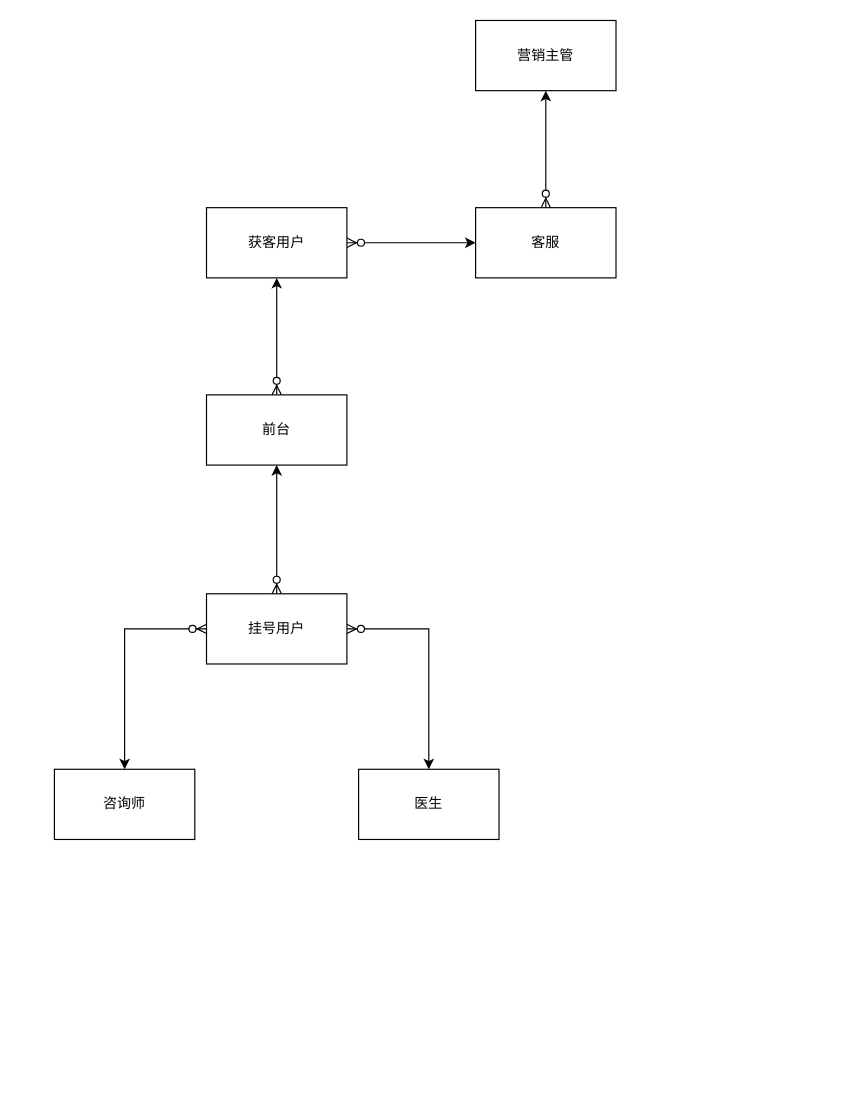
Above: 牙管家/逻辑数据模型.drawio in cherishsince/diagrams.net (draw.io), before the change. Source tidied: cells renumbered, new cells numbered last; positions are measured from the earlier drawing's top-left corner, leaving out a move shared by most shapes. Both pictures are drawn from the tidied source at 117%, with x=0, y=0 at pixel (54, 20).
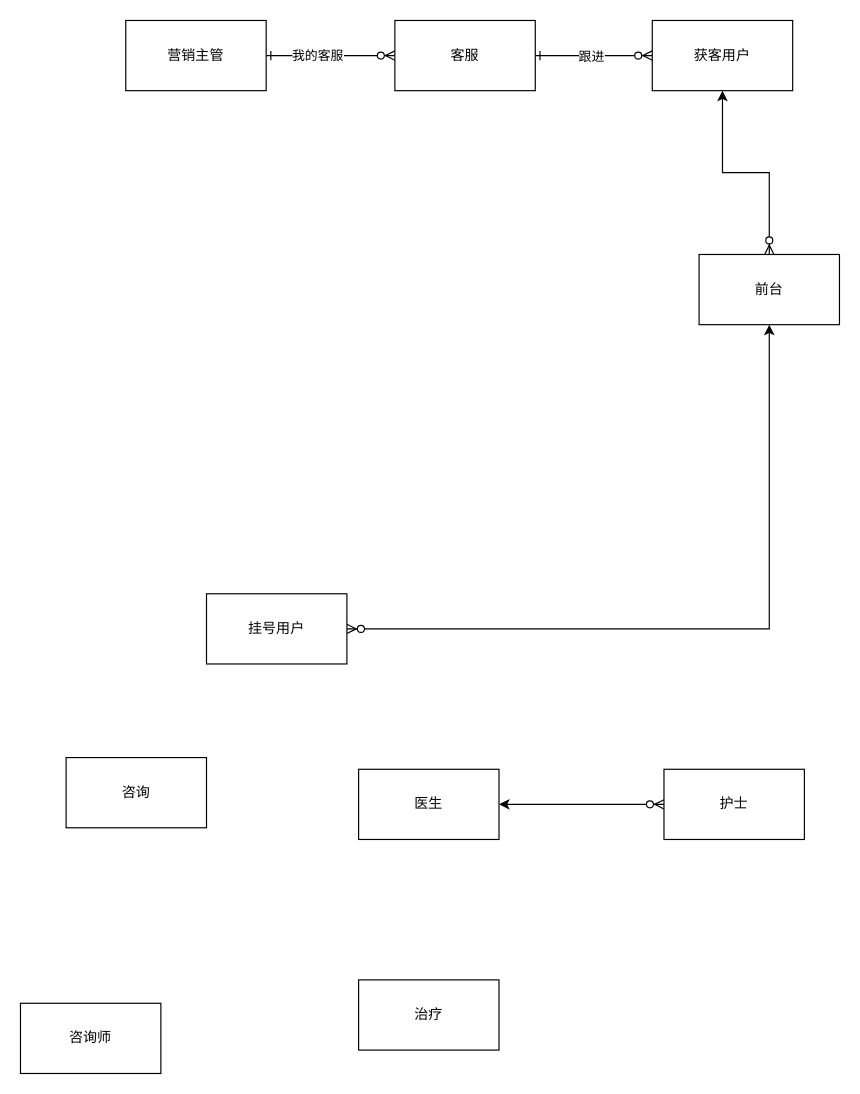
After the change.

Commit message (it also covers changes not shown here):
更新逻辑数据模型.drawio

What changed in the source:
```diff
@@
 <mxGraphModel>
   <root>
     <mxCell id="0" />
     <mxCell id="1" parent="0" />
-    <mxCell id="2" style="edgeStyle=orthogonalEdgeStyle;rounded=0;jettySize=auto;html=1;startArrow=ERzeroToMany;startFill=1;" parent="1" edge="1" source="3" target="5">
+    <mxCell id="2" style="edgeStyle=orthogonalEdgeStyle;rounded=0;jettySize=auto;html=1;entryX=1;entryY=0.5;entryDx=0;entryDy=0;startArrow=ERzeroToMany;startFill=1;endArrow=ERone;endFill=0;" parent="1" edge="1" source="3" target="5">
       <mxGeometry relative="1" as="geometry" />
     </mxCell>
+    <mxCell id="15" value="跟进" style="edgeLabel;html=1;align=center;verticalAlign=middle;" parent="2" vertex="1">
+      <mxGeometry x="0.06" relative="1" as="geometry" />
+    </mxCell>
     <mxCell id="3" value="获客用户" style="rounded=0;whiteSpace=wrap;html=1;" parent="1" vertex="1">
-      <mxGeometry x="130" y="160" width="120" height="60" as="geometry" />
+      <mxGeometry x="511" width="120" height="60" as="geometry" />
     </mxCell>
-    <mxCell id="4" style="edgeStyle=orthogonalEdgeStyle;rounded=0;jettySize=auto;html=1;startArrow=ERzeroToMany;startFill=1;" parent="1" edge="1" source="5" target="6">
+    <mxCell id="4" style="edgeStyle=orthogonalEdgeStyle;rounded=0;jettySize=auto;html=1;startArrow=ERzeroToMany;startFill=1;endArrow=ERone;endFill=0;" parent="1" edge="1" source="5" target="6">
       <mxGeometry relative="1" as="geometry" />
     </mxCell>
+    <mxCell id="16" value="我的客服" style="edgeLabel;html=1;align=center;verticalAlign=middle;" parent="4" vertex="1">
+      <mxGeometry x="0.22" y="-1" relative="1" as="geometry" />
+    </mxCell>
     <mxCell id="5" value="&lt;span&gt;客服&lt;/span&gt;" style="rounded=0;whiteSpace=wrap;html=1;" parent="1" vertex="1">
-      <mxGeometry x="360" y="160" width="120" height="60" as="geometry" />
+      <mxGeometry x="291" width="120" height="60" as="geometry" />
     </mxCell>
     <mxCell id="6" value="营销主管" style="rounded=0;whiteSpace=wrap;html=1;" parent="1" vertex="1">
-      <mxGeometry x="360" width="120" height="60" as="geometry" />
+      <mxGeometry x="61" width="120" height="60" as="geometry" />
     </mxCell>
     <mxCell id="7" style="edgeStyle=orthogonalEdgeStyle;rounded=0;jettySize=auto;html=1;startArrow=ERzeroToMany;startFill=1;" parent="1" edge="1" source="8" target="3">
       <mxGeometry relative="1" as="geometry" />
     </mxCell>
     <mxCell id="8" value="前台" style="rounded=0;whiteSpace=wrap;html=1;" parent="1" vertex="1">
-      <mxGeometry x="130" y="320" width="120" height="60" as="geometry" />
+      <mxGeometry x="551" y="200" width="120" height="60" as="geometry" />
     </mxCell>
     <mxCell id="9" value="咨询师" style="rounded=0;whiteSpace=wrap;html=1;" parent="1" vertex="1">
-      <mxGeometry y="640" width="120" height="60" as="geometry" />
+      <mxGeometry x="-29" y="840" width="120" height="60" as="geometry" />
     </mxCell>
     <mxCell id="10" value="医生" style="rounded=0;whiteSpace=wrap;html=1;" parent="1" vertex="1">
       <mxGeometry x="260" y="640" width="120" height="60" as="geometry" />
     </mxCell>
     <mxCell id="11" style="edgeStyle=orthogonalEdgeStyle;rounded=0;jettySize=auto;html=1;entryX=0.5;entryY=1;entryDx=0;entryDy=0;startArrow=ERzeroToMany;startFill=1;endArrow=classic;endFill=1;" parent="1" edge="1" source="14" target="8">
       <mxGeometry relative="1" as="geometry" />
     </mxCell>
-    <mxCell id="12" style="edgeStyle=orthogonalEdgeStyle;rounded=0;jettySize=auto;html=1;startArrow=ERzeroToMany;startFill=1;endArrow=classic;endFill=1;" parent="1" edge="1" source="14" target="9">
-      <mxGeometry relative="1" as="geometry" />
-    </mxCell>
-    <mxCell id="13" style="edgeStyle=orthogonalEdgeStyle;rounded=0;jettySize=auto;html=1;startArrow=ERzeroToMany;startFill=1;endArrow=classic;endFill=1;" parent="1" edge="1" source="14" target="10">
-      <mxGeometry relative="1" as="geometry" />
-    </mxCell>
     <mxCell id="14" value="挂号用户" style="rounded=0;whiteSpace=wrap;html=1;" parent="1" vertex="1">
       <mxGeometry x="130" y="490" width="120" height="60" as="geometry" />
     </mxCell>
+    <mxCell id="17" style="edgeStyle=orthogonalEdgeStyle;rounded=0;jettySize=auto;html=1;entryX=1;entryY=0.5;entryDx=0;entryDy=0;startArrow=ERzeroToMany;startFill=1;endArrow=classic;endFill=1;" parent="1" edge="1" source="18" target="10">
+      <mxGeometry relative="1" as="geometry" />
+    </mxCell>
+    <mxCell id="18" value="护士" style="rounded=0;whiteSpace=wrap;html=1;" parent="1" vertex="1">
+      <mxGeometry x="521" y="640" width="120" height="60" as="geometry" />
+    </mxCell>
+    <mxCell id="19" value="治疗" style="rounded=0;whiteSpace=wrap;html=1;" parent="1" vertex="1">
+      <mxGeometry x="260" y="820" width="120" height="60" as="geometry" />
+    </mxCell>
+    <mxCell id="20" value="咨询" style="rounded=0;whiteSpace=wrap;html=1;" parent="1" vertex="1">
+      <mxGeometry x="10" y="630" width="120" height="60" as="geometry" />
+    </mxCell>
   </root>
 </mxGraphModel>
```
